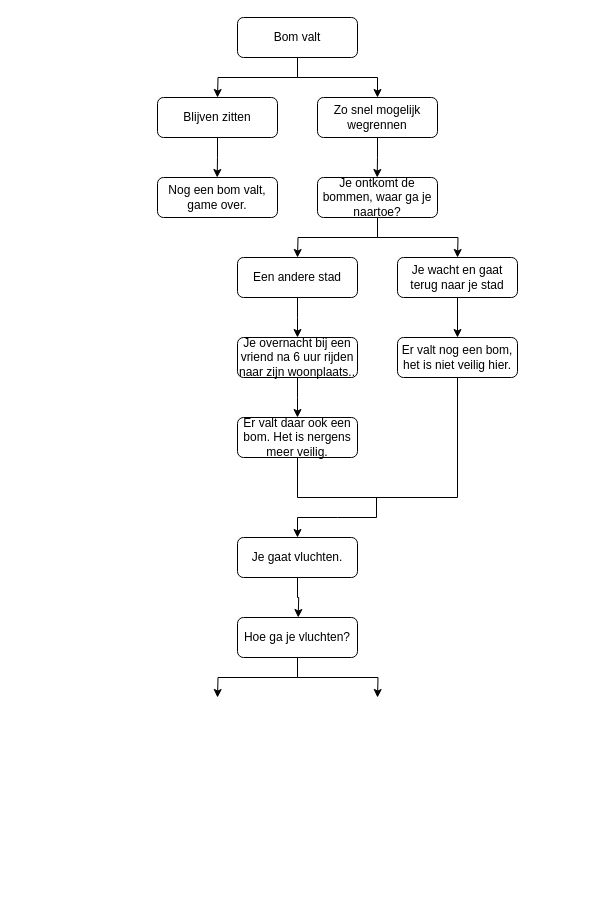
Before: VluchtelingVerhaalFlowchart.drawio in JAlexis5/Beroepsopdracht, a draw.io diagram. Source tidied: cells renumbered, new cells numbered last; positions are measured from the earlier drawing's top-left corner, leaving out a move shared by most shapes. Both pictures are drawn from the tidied source at 100%, with x=0, y=0 at pixel (157, 17).
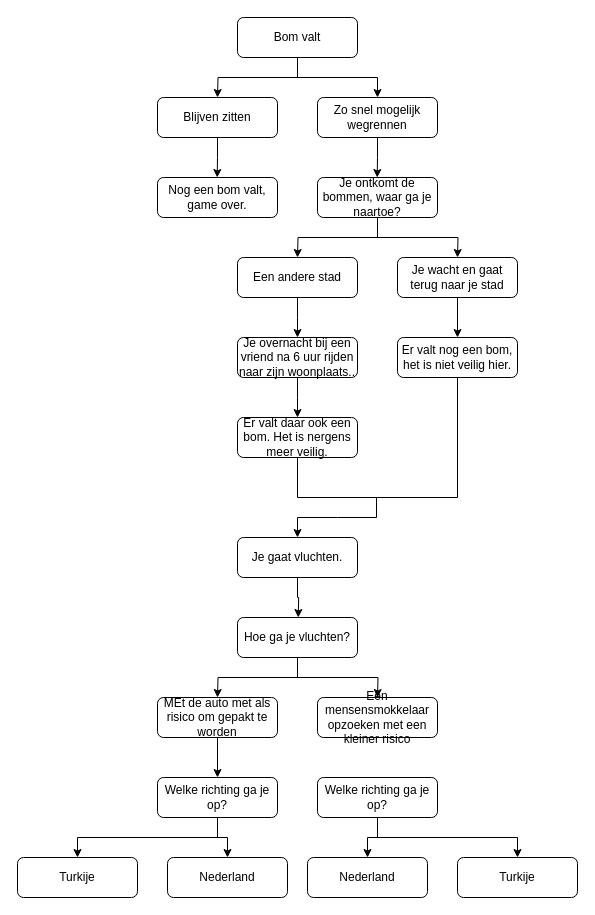
The same page after the edit.

Diff of the diagram source:
```diff
@@
+    <mxCell id="28" style="edgeStyle=orthogonalEdgeStyle;rounded=0;jettySize=auto;html=1;exitX=0.5;exitY=1;exitDx=0;exitDy=0;entryX=0.5;entryY=0;entryDx=0;entryDy=0;" parent="1" edge="1" source="29" target="33">
+      <mxGeometry relative="1" as="geometry" />
+    </mxCell>
+    <mxCell id="29" value="MEt de auto met als risico om gepakt te worden" style="rounded=1;whiteSpace=wrap;html=1;" parent="1" vertex="1">
+      <mxGeometry y="680" width="120" height="40" as="geometry" />
+    </mxCell>
+    <mxCell id="30" value="Een mensensmokkelaar opzoeken met een kleiner risico" style="rounded=1;whiteSpace=wrap;html=1;" parent="1" vertex="1">
+      <mxGeometry x="160" y="680" width="120" height="40" as="geometry" />
+    </mxCell>
+    <mxCell id="31" style="edgeStyle=orthogonalEdgeStyle;rounded=0;jettySize=auto;html=1;exitX=0.5;exitY=1;exitDx=0;exitDy=0;entryX=0.5;entryY=0;entryDx=0;entryDy=0;" parent="1" edge="1" source="33" target="36">
+      <mxGeometry relative="1" as="geometry" />
+    </mxCell>
+    <mxCell id="32" style="edgeStyle=orthogonalEdgeStyle;rounded=0;jettySize=auto;html=1;exitX=0.5;exitY=1;exitDx=0;exitDy=0;entryX=0.5;entryY=0;entryDx=0;entryDy=0;" parent="1" edge="1" source="33" target="37">
+      <mxGeometry relative="1" as="geometry">
+        <Array as="points">
+          <mxPoint x="60" y="820" />
+          <mxPoint x="-80" y="820" />
+        </Array>
+      </mxGeometry>
+    </mxCell>
+    <mxCell id="33" value="Welke richting ga je op?" style="rounded=1;whiteSpace=wrap;html=1;" parent="1" vertex="1">
+      <mxGeometry y="760" width="120" height="40" as="geometry" />
+    </mxCell>
+    <mxCell id="34" style="edgeStyle=orthogonalEdgeStyle;rounded=0;orthogonalLoop=1;jettySize=auto;html=1;exitX=0.5;exitY=1;exitDx=0;exitDy=0;" parent="1" edge="1" source="33" target="33">
+      <mxGeometry relative="1" as="geometry" />
+    </mxCell>
+    <mxCell id="35" style="edgeStyle=orthogonalEdgeStyle;rounded=0;orthogonalLoop=1;jettySize=auto;html=1;exitX=0.5;exitY=1;exitDx=0;exitDy=0;" parent="1" edge="1" source="33" target="33">
+      <mxGeometry relative="1" as="geometry" />
+    </mxCell>
+    <mxCell id="36" value="Nederland" style="rounded=1;whiteSpace=wrap;html=1;" parent="1" vertex="1">
+      <mxGeometry x="10" y="840" width="120" height="40" as="geometry" />
+    </mxCell>
+    <mxCell id="37" value="Turkije" style="rounded=1;whiteSpace=wrap;html=1;" parent="1" vertex="1">
+      <mxGeometry x="-140" y="840" width="120" height="40" as="geometry" />
+    </mxCell>
+    <mxCell id="38" style="edgeStyle=orthogonalEdgeStyle;rounded=0;jettySize=auto;html=1;exitX=0.5;exitY=1;exitDx=0;exitDy=0;entryX=0.5;entryY=0;entryDx=0;entryDy=0;" parent="1" edge="1" source="40" target="43">
+      <mxGeometry relative="1" as="geometry" />
+    </mxCell>
+    <mxCell id="39" style="edgeStyle=orthogonalEdgeStyle;rounded=0;jettySize=auto;html=1;exitX=0.5;exitY=1;exitDx=0;exitDy=0;entryX=0.5;entryY=0;entryDx=0;entryDy=0;" parent="1" edge="1" source="40" target="44">
+      <mxGeometry relative="1" as="geometry">
+        <Array as="points">
+          <mxPoint x="220" y="820" />
+          <mxPoint x="360" y="820" />
+        </Array>
+      </mxGeometry>
+    </mxCell>
+    <mxCell id="40" value="Welke richting ga je op?" style="rounded=1;whiteSpace=wrap;html=1;" parent="1" vertex="1">
+      <mxGeometry x="160" y="760" width="120" height="40" as="geometry" />
+    </mxCell>
+    <mxCell id="41" style="edgeStyle=orthogonalEdgeStyle;rounded=0;orthogonalLoop=1;jettySize=auto;html=1;exitX=0.5;exitY=1;exitDx=0;exitDy=0;" parent="1" edge="1" source="40" target="40">
+      <mxGeometry relative="1" as="geometry" />
+    </mxCell>
+    <mxCell id="42" style="edgeStyle=orthogonalEdgeStyle;rounded=0;orthogonalLoop=1;jettySize=auto;html=1;exitX=0.5;exitY=1;exitDx=0;exitDy=0;" parent="1" edge="1" source="40" target="40">
+      <mxGeometry relative="1" as="geometry" />
+    </mxCell>
+    <mxCell id="43" value="Nederland" style="rounded=1;whiteSpace=wrap;html=1;" parent="1" vertex="1">
+      <mxGeometry x="150" y="840" width="120" height="40" as="geometry" />
+    </mxCell>
+    <mxCell id="44" value="Turkije" style="rounded=1;whiteSpace=wrap;html=1;" parent="1" vertex="1">
+      <mxGeometry x="300" y="840" width="120" height="40" as="geometry" />
+    </mxCell>
```
